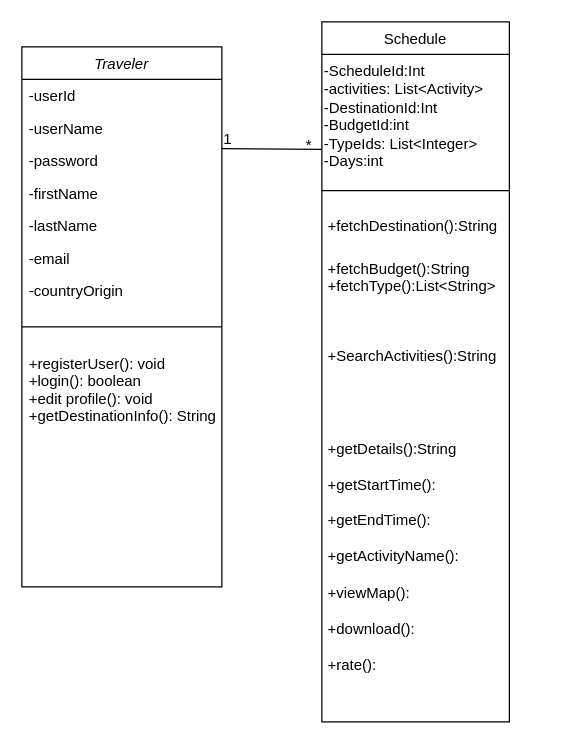
Earlier version of the draw.io diagram Diagrams/Class Diagram (1).drawio (EleftheriaKoutsiouri/Scheduluxe). Source tidied: cells renumbered, new cells numbered last; positions are measured from the earlier drawing's top-left corner, leaving out a move shared by most shapes. Both pictures are drawn from the tidied source at 125%, with x=0, y=0 at pixel (21, 21).
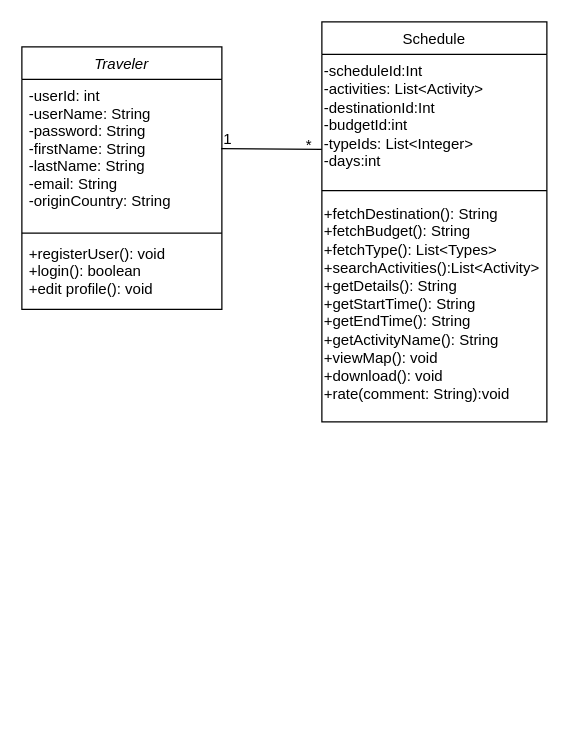
Above is the later version.

What changed in the source:
```diff
@@
 <mxGraphModel>
   <root>
     <mxCell id="0" />
     <mxCell id="1" parent="0" />
     <mxCell id="2" value="Traveler" style="swimlane;fontStyle=2;align=center;verticalAlign=top;horizontal=1;startSize=26;rounded=0;shadow=0;strokeWidth=1;" parent="1" vertex="1">
-      <mxGeometry y="20" width="160" height="432" as="geometry" />
+      <mxGeometry y="20" width="160" height="210" as="geometry" />
     </mxCell>
-    <mxCell id="3" value="-userId" style="text;align=left;verticalAlign=top;spacingLeft=4;spacingRight=4;overflow=hidden;" parent="2" vertex="1">
-      <mxGeometry y="26" width="160" height="26" as="geometry" />
+    <mxCell id="3" value="-userId: int&#10;-userName: String&#10;-password: String&#10;-firstName: String&#10;-lastName: String&#10;-email: String&#10;-originCountry: String&#10;" style="text;align=left;verticalAlign=top;spacingLeft=4;spacingRight=4;overflow=hidden;" parent="2" vertex="1">
+      <mxGeometry y="26" width="160" height="120" as="geometry" />
     </mxCell>
-    <mxCell id="4" value="-userName" style="text;align=left;verticalAlign=top;spacingLeft=4;spacingRight=4;overflow=hidden;rounded=0;shadow=0;html=0;" parent="2" vertex="1">
-      <mxGeometry y="52" width="160" height="26" as="geometry" />
-    </mxCell>
-    <mxCell id="5" value="-password" style="text;align=left;verticalAlign=top;spacingLeft=4;spacingRight=4;overflow=hidden;rounded=0;shadow=0;html=0;" parent="2" vertex="1">
-      <mxGeometry y="78" width="160" height="26" as="geometry" />
-    </mxCell>
-    <mxCell id="6" value="-firstName" style="text;align=left;verticalAlign=top;spacingLeft=4;spacingRight=4;overflow=hidden;rounded=0;shadow=0;html=0;" parent="2" vertex="1">
-      <mxGeometry y="104" width="160" height="26" as="geometry" />
-    </mxCell>
-    <mxCell id="7" value="-lastName" style="text;align=left;verticalAlign=top;spacingLeft=4;spacingRight=4;overflow=hidden;rounded=0;shadow=0;html=0;" parent="2" vertex="1">
-      <mxGeometry y="130" width="160" height="26" as="geometry" />
-    </mxCell>
-    <mxCell id="8" value="-email" style="text;align=left;verticalAlign=top;spacingLeft=4;spacingRight=4;overflow=hidden;rounded=0;shadow=0;html=0;" parent="2" vertex="1">
-      <mxGeometry y="156" width="160" height="26" as="geometry" />
-    </mxCell>
-    <mxCell id="9" value="-countryOrigin" style="text;align=left;verticalAlign=top;spacingLeft=4;spacingRight=4;overflow=hidden;rounded=0;shadow=0;html=0;" parent="2" vertex="1">
-      <mxGeometry y="182" width="160" height="26" as="geometry" />
-    </mxCell>
     <mxCell id="10" style="line;html=1;strokeWidth=1;align=left;verticalAlign=middle;spacingTop=-1;spacingLeft=3;spacingRight=3;labelPosition=right;" parent="2" vertex="1">
-      <mxGeometry y="208" width="160" height="32" as="geometry" />
+      <mxGeometry y="146" width="160" height="6" as="geometry" />
     </mxCell>
-    <mxCell id="11" value="+registerUser(): void        &#10;+login(): boolean             &#10;+edit profile(): void &#10;+getDestinationInfo(): String&#10; " style="text;align=left;verticalAlign=top;spacingLeft=4;spacingRight=4;overflow=hidden;fontColor=#000000;" parent="2" vertex="1">
-      <mxGeometry y="240" width="160" height="118" as="geometry" />
+    <mxCell id="11" value="+registerUser(): void        &#10;+login(): boolean             &#10;+edit profile(): void &#10;&#10; " style="text;align=left;verticalAlign=top;spacingLeft=4;spacingRight=4;overflow=hidden;fontColor=#000000;" parent="2" vertex="1">
+      <mxGeometry y="152" width="160" height="58" as="geometry" />
     </mxCell>
     <mxCell id="12" value="Schedule&#10;" style="swimlane;fontStyle=0;align=center;verticalAlign=top;horizontal=1;startSize=26;rounded=0;shadow=0;strokeWidth=1;" parent="1" vertex="1">
-      <mxGeometry x="240" width="150" height="560" as="geometry" />
+      <mxGeometry x="240" width="180" height="320" as="geometry" />
     </mxCell>
-    <mxCell id="13" value="-ScheduleId:Int&lt;br&gt;-activities: List&amp;lt;Activity&amp;gt;&lt;br&gt;-DestinationId:Int&amp;nbsp;&lt;br&gt;-BudgetId:int&lt;br&gt;-TypeIds: List&amp;lt;Integer&amp;gt;&lt;br&gt;&lt;span style=&quot;background-color: initial;&quot;&gt;-Days:int&amp;nbsp;&amp;nbsp;&lt;b&gt; &amp;nbsp; &amp;nbsp; &amp;nbsp;&amp;nbsp;&lt;/b&gt;&lt;/span&gt;" style="text;whiteSpace=wrap;html=1;" parent="12" vertex="1">
-      <mxGeometry y="26" width="150" height="104" as="geometry" />
+    <mxCell id="13" value="-scheduleId:Int&lt;br&gt;-activities: List&amp;lt;Activity&amp;gt;&lt;br&gt;-destinationId:Int&amp;nbsp;&lt;br&gt;-budgetId:int&lt;br&gt;-typeIds: List&amp;lt;Integer&amp;gt;&lt;br&gt;&lt;span style=&quot;background-color: initial;&quot;&gt;-days:int&amp;nbsp;&amp;nbsp;&lt;b&gt; &amp;nbsp; &amp;nbsp; &amp;nbsp;&amp;nbsp;&lt;/b&gt;&lt;/span&gt;" style="text;whiteSpace=wrap;html=1;" parent="12" vertex="1">
+      <mxGeometry y="26" width="180" height="104" as="geometry" />
     </mxCell>
     <mxCell id="14" style="line;html=1;strokeWidth=1;align=left;verticalAlign=middle;spacingTop=-1;spacingLeft=3;spacingRight=3;labelPosition=right;" parent="12" vertex="1">
-      <mxGeometry y="130" width="150" height="10" as="geometry" />
+      <mxGeometry y="130" width="180" height="10" as="geometry" />
     </mxCell>
-    <mxCell id="15" value="&lt;h1 style=&quot;&quot;&gt;&lt;span style=&quot;font-weight: normal; font-size: 12px;&quot;&gt;+fetchDestination():String&lt;/span&gt;&lt;/h1&gt;&lt;div&gt;&lt;span style=&quot;font-weight: normal; font-size: 12px;&quot;&gt;+fetchBudget():String&lt;/span&gt;&lt;/div&gt;&lt;div&gt;&lt;span style=&quot;font-weight: normal; font-size: 12px;&quot;&gt;+fetchType():List&amp;lt;String&amp;gt;&lt;/span&gt;&lt;/div&gt;&lt;div&gt;&lt;span style=&quot;font-weight: normal; font-size: 12px;&quot;&gt;&amp;nbsp;&lt;span style=&quot;white-space: pre;&quot;&gt;&#9;&lt;/span&gt;&lt;span style=&quot;white-space: pre;&quot;&gt;&#9;&lt;/span&gt;&lt;/span&gt;&lt;/div&gt;&lt;h1 style=&quot;&quot;&gt;&lt;span style=&quot;font-weight: normal; font-size: 12px;&quot;&gt;+SearchActivities():String&lt;/span&gt;&lt;/h1&gt;&lt;h1 style=&quot;&quot;&gt;&lt;span style=&quot;font-weight: normal; font-size: 12px;&quot;&gt;&lt;br style=&quot;border-color: var(--border-color);&quot;&gt;+getDetails():String&lt;br style=&quot;border-color: var(--border-color);&quot;&gt;+getStartTime():&lt;br style=&quot;border-color: var(--border-color);&quot;&gt;+getEndTime():&lt;br style=&quot;border-color: var(--border-color);&quot;&gt;+getActivityName():&lt;br style=&quot;border-color: var(--border-color);&quot;&gt;+viewMap():&lt;br style=&quot;border-color: var(--border-color);&quot;&gt;+download():&lt;br style=&quot;border-color: var(--border-color);&quot;&gt;+rate():&lt;/span&gt;&lt;br&gt;&lt;/h1&gt;" style="text;html=1;strokeColor=none;fillColor=none;spacing=5;spacingTop=-20;whiteSpace=wrap;overflow=hidden;rounded=0;" parent="12" vertex="1">
-      <mxGeometry y="140" width="150" height="410" as="geometry" />
-    </mxCell>
+    <mxCell id="19" value="&lt;div&gt;+fetchDestination(): String&lt;/div&gt;&lt;div&gt;+fetchBudget(): String&lt;/div&gt;&lt;div&gt;+fetchType(): List&amp;lt;Types&amp;gt;&lt;/div&gt;&lt;div&gt;+searchActivities():List&amp;lt;Activity&amp;gt;&lt;/div&gt;&lt;div&gt;+getDetails(): String&lt;/div&gt;&lt;div&gt;+getStartTime(): String&amp;nbsp;&lt;/div&gt;&lt;div&gt;+getEndTime(): String&lt;/div&gt;&lt;div&gt;+getActivityName(): String&lt;/div&gt;&lt;div&gt;+viewMap(): void&lt;/div&gt;&lt;div&gt;+download(): void&amp;nbsp;&amp;nbsp;&lt;/div&gt;&lt;div&gt;+rate(comment: String):void&amp;nbsp;&amp;nbsp;&lt;/div&gt;&lt;div&gt;&lt;br&gt;&lt;/div&gt;" style="text;whiteSpace=wrap;html=1;" parent="12" vertex="1">
+      <mxGeometry y="140" width="180" height="170" as="geometry" />
+    </mxCell>
     <mxCell id="16" style="endArrow=none;html=1;rounded=0;exitX=0.997;exitY=0.207;exitDx=0;exitDy=0;exitPerimeter=0;entryX=0;entryY=0.75;entryDx=0;entryDy=0;" parent="1" edge="1">
       <mxGeometry relative="1" as="geometry">
         <mxPoint x="159.5" y="101.4" as="sourcePoint" />
         <mxPoint x="240" y="102" as="targetPoint" />
       </mxGeometry>
     </mxCell>
     <mxCell id="17" value="*" style="text;html=1;strokeColor=none;fillColor=none;align=center;verticalAlign=middle;whiteSpace=wrap;rounded=0;" parent="1" vertex="1">
       <mxGeometry x="220" y="94" width="20" height="10" as="geometry" />
     </mxCell>
     <mxCell id="18" value="1" style="text;html=1;strokeColor=none;fillColor=none;align=center;verticalAlign=middle;whiteSpace=wrap;rounded=0;" parent="1" vertex="1">
       <mxGeometry x="160" y="89" width="10" height="10" as="geometry" />
     </mxCell>
   </root>
 </mxGraphModel>
```
